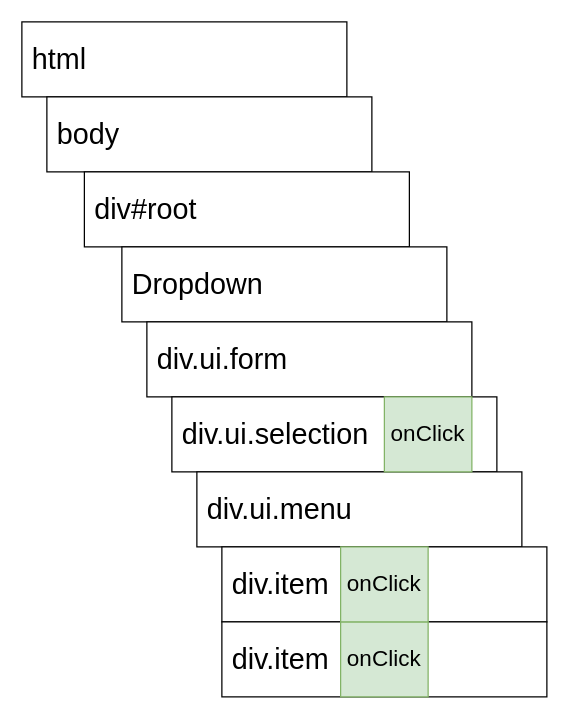
Before: page "05 - ref" (8 of 22) of diagrams/widgets/02.drawio in HappySuzuki/redux-code, a draw.io diagram. Source tidied: cells renumbered, new cells numbered last; positions are measured from the earlier drawing's top-left corner, leaving out a move shared by most shapes. Both pictures are drawn from the tidied source at 125%, with x=0, y=0 at pixel (21, 21).
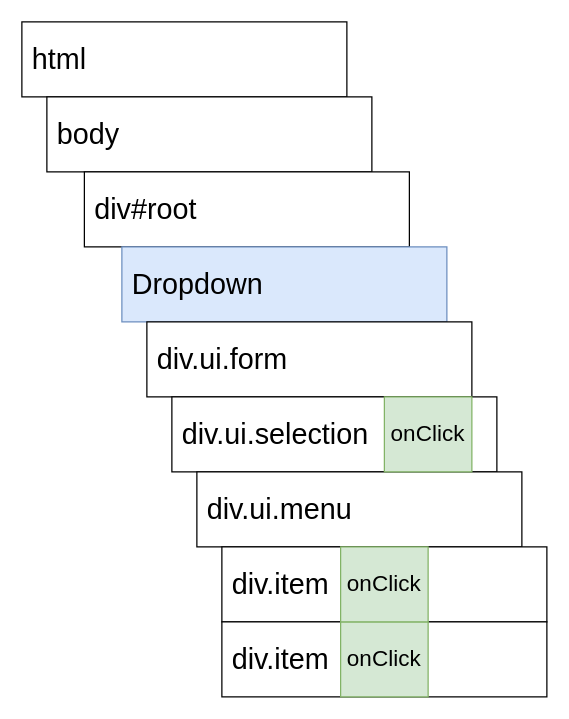
After the change.

Diff of the diagram source:
```diff
@@
 <mxGraphModel>
   <root>
     <mxCell id="0" />
     <mxCell id="1" parent="0" />
     <mxCell id="2" value="&amp;nbsp;html" style="rounded=0;whiteSpace=wrap;html=1;fontSize=23;fontColor=#000000;align=left;" parent="1" vertex="1">
       <mxGeometry width="260" height="60" as="geometry" />
     </mxCell>
     <mxCell id="3" value="&amp;nbsp;body" style="rounded=0;whiteSpace=wrap;html=1;fontSize=23;fontColor=#000000;align=left;" parent="1" vertex="1">
       <mxGeometry x="20" y="60" width="260" height="60" as="geometry" />
     </mxCell>
     <mxCell id="4" value="&amp;nbsp;div#root" style="rounded=0;whiteSpace=wrap;html=1;fontSize=23;fontColor=#000000;align=left;" parent="1" vertex="1">
       <mxGeometry x="50" y="120" width="260" height="60" as="geometry" />
     </mxCell>
-    <mxCell id="5" value="&amp;nbsp;Dropdown" style="rounded=0;whiteSpace=wrap;html=1;fontSize=23;fontColor=#000000;align=left;" parent="1" vertex="1">
+    <mxCell id="5" value="&amp;nbsp;Dropdown" style="rounded=0;whiteSpace=wrap;html=1;fontSize=23;align=left;fillColor=#dae8fc;strokeColor=#6c8ebf;" parent="1" vertex="1">
       <mxGeometry x="80" y="180" width="260" height="60" as="geometry" />
     </mxCell>
     <mxCell id="6" value="&amp;nbsp;div.ui.form" style="rounded=0;whiteSpace=wrap;html=1;fontSize=23;fontColor=#000000;align=left;" parent="1" vertex="1">
       <mxGeometry x="100" y="240" width="260" height="60" as="geometry" />
     </mxCell>
     <mxCell id="7" value="&amp;nbsp;div.ui.selection" style="rounded=0;whiteSpace=wrap;html=1;fontSize=23;fontColor=#000000;align=left;" parent="1" vertex="1">
       <mxGeometry x="120" y="300" width="260" height="60" as="geometry" />
     </mxCell>
     <mxCell id="8" value="&amp;nbsp;div.ui.menu" style="rounded=0;whiteSpace=wrap;html=1;fontSize=23;fontColor=#000000;align=left;" parent="1" vertex="1">
       <mxGeometry x="140" y="360" width="260" height="60" as="geometry" />
     </mxCell>
     <mxCell id="9" value="&amp;nbsp;div.item" style="rounded=0;whiteSpace=wrap;html=1;fontSize=23;fontColor=#000000;align=left;" parent="1" vertex="1">
       <mxGeometry x="160" y="420" width="260" height="60" as="geometry" />
     </mxCell>
     <mxCell id="10" value="&amp;nbsp;div.item" style="rounded=0;whiteSpace=wrap;html=1;fontSize=23;fontColor=#000000;align=left;" parent="1" vertex="1">
       <mxGeometry x="160" y="480" width="260" height="60" as="geometry" />
     </mxCell>
     <mxCell id="11" value="onClick" style="rounded=0;whiteSpace=wrap;html=1;strokeWidth=1;fontSize=18;align=center;fillColor=#d5e8d4;strokeColor=#82b366;fontStyle=0;" parent="1" vertex="1">
       <mxGeometry x="255" y="480" width="70" height="60" as="geometry" />
     </mxCell>
     <mxCell id="12" value="onClick" style="rounded=0;whiteSpace=wrap;html=1;strokeWidth=1;fontSize=18;align=center;fillColor=#d5e8d4;strokeColor=#82b366;fontStyle=0;" parent="1" vertex="1">
       <mxGeometry x="255" y="420" width="70" height="60" as="geometry" />
     </mxCell>
     <mxCell id="13" value="onClick" style="rounded=0;whiteSpace=wrap;html=1;strokeWidth=1;fontSize=18;align=center;fillColor=#d5e8d4;strokeColor=#82b366;fontStyle=0;" parent="1" vertex="1">
       <mxGeometry x="290" y="300" width="70" height="60" as="geometry" />
     </mxCell>
   </root>
 </mxGraphModel>
```
